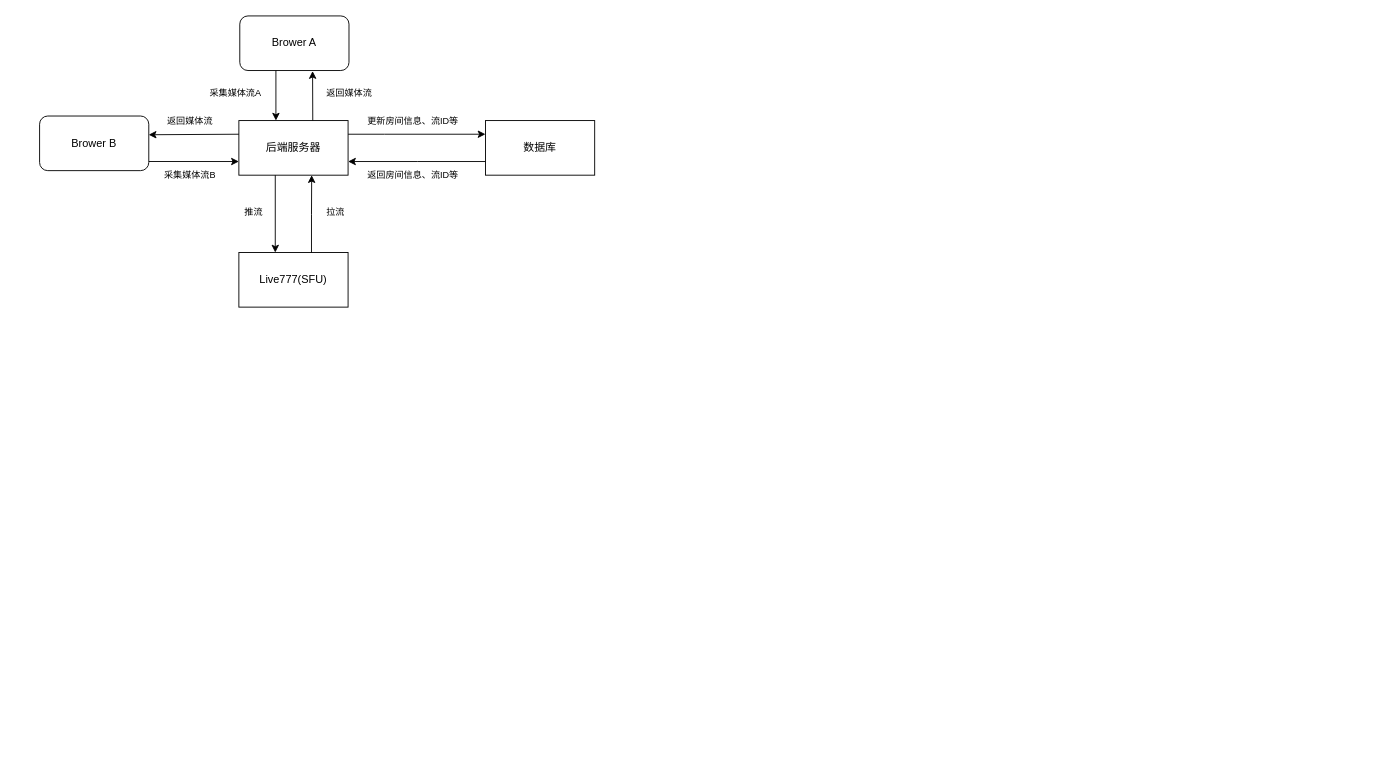
Before: webrtc.drawio in xdzqyyds/draw.io, a draw.io diagram. Source tidied: cells renumbered, new cells numbered last; positions are measured from the earlier drawing's top-left corner, leaving out a move shared by most shapes. Both pictures are drawn from the tidied source at 91%, with x=0, y=0 at pixel (39, 15).
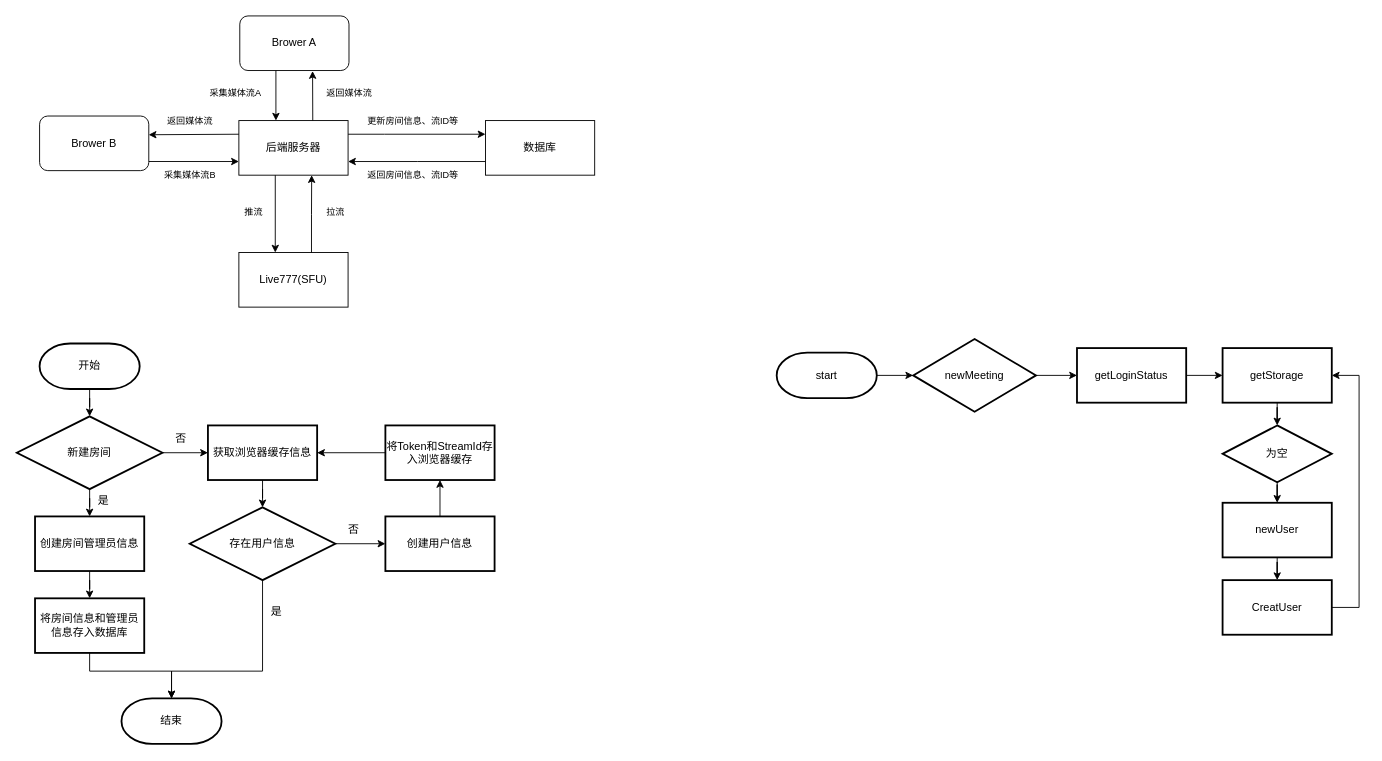
After the change.

Diff of the diagram source:
```diff
@@
+    <mxCell id="23" style="edgeStyle=orthogonalEdgeStyle;rounded=0;jettySize=auto;html=1;" parent="1" edge="1" source="24" target="27">
+      <mxGeometry relative="1" as="geometry" />
+    </mxCell>
+    <mxCell id="24" value="开始" style="strokeWidth=2;html=1;shape=mxgraph.flowchart.terminator;whiteSpace=wrap;" parent="1" vertex="1">
+      <mxGeometry y="360" width="110" height="50" as="geometry" />
+    </mxCell>
+    <mxCell id="25" style="edgeStyle=orthogonalEdgeStyle;rounded=0;jettySize=auto;html=1;" parent="1" edge="1" source="27" target="29">
+      <mxGeometry relative="1" as="geometry" />
+    </mxCell>
+    <mxCell id="26" style="edgeStyle=orthogonalEdgeStyle;rounded=0;jettySize=auto;html=1;" parent="1" edge="1" source="27" target="32">
+      <mxGeometry relative="1" as="geometry" />
+    </mxCell>
+    <mxCell id="27" value="新建房间" style="strokeWidth=2;html=1;shape=mxgraph.flowchart.decision;whiteSpace=wrap;" parent="1" vertex="1">
+      <mxGeometry x="-25" y="440" width="160" height="80" as="geometry" />
+    </mxCell>
+    <mxCell id="28" style="edgeStyle=orthogonalEdgeStyle;rounded=0;jettySize=auto;html=1;" parent="1" edge="1" source="29" target="43">
+      <mxGeometry relative="1" as="geometry" />
+    </mxCell>
+    <mxCell id="29" value="创建房间管理员信息" style="whiteSpace=wrap;html=1;strokeWidth=2;" parent="1" vertex="1">
+      <mxGeometry x="-5" y="550" width="120" height="60" as="geometry" />
+    </mxCell>
+    <mxCell id="30" value="是" style="text;html=1;align=center;verticalAlign=middle;strokeColor=none;fillColor=none;" parent="1" vertex="1">
+      <mxGeometry x="50" y="518" width="40" height="30" as="geometry" />
+    </mxCell>
+    <mxCell id="31" style="edgeStyle=orthogonalEdgeStyle;rounded=0;jettySize=auto;html=1;" parent="1" edge="1" source="32" target="36">
+      <mxGeometry relative="1" as="geometry" />
+    </mxCell>
+    <mxCell id="32" value="获取浏览器缓存信息" style="whiteSpace=wrap;html=1;strokeWidth=2;" parent="1" vertex="1">
+      <mxGeometry x="185" y="450" width="120" height="60" as="geometry" />
+    </mxCell>
+    <mxCell id="33" value="否" style="text;html=1;align=center;verticalAlign=middle;strokeColor=none;fillColor=none;" parent="1" vertex="1">
+      <mxGeometry x="135" y="450" width="40" height="30" as="geometry" />
+    </mxCell>
+    <mxCell id="34" style="edgeStyle=orthogonalEdgeStyle;rounded=0;jettySize=auto;html=1;" parent="1" edge="1" source="36" target="39">
+      <mxGeometry relative="1" as="geometry" />
+    </mxCell>
+    <mxCell id="35" style="edgeStyle=orthogonalEdgeStyle;rounded=0;jettySize=auto;html=1;" parent="1" edge="1" source="36" target="44">
+      <mxGeometry relative="1" as="geometry">
+        <Array as="points">
+          <mxPoint x="245" y="720" />
+          <mxPoint x="145" y="720" />
+        </Array>
+      </mxGeometry>
+    </mxCell>
+    <mxCell id="36" value="存在用户信息" style="strokeWidth=2;html=1;shape=mxgraph.flowchart.decision;whiteSpace=wrap;" parent="1" vertex="1">
+      <mxGeometry x="165" y="540" width="160" height="80" as="geometry" />
+    </mxCell>
+    <mxCell id="37" value="是" style="text;html=1;align=center;verticalAlign=middle;strokeColor=none;fillColor=none;" parent="1" vertex="1">
+      <mxGeometry x="240" y="640" width="40" height="30" as="geometry" />
+    </mxCell>
+    <mxCell id="38" style="edgeStyle=orthogonalEdgeStyle;rounded=0;jettySize=auto;html=1;" parent="1" edge="1" source="39" target="42">
+      <mxGeometry relative="1" as="geometry" />
+    </mxCell>
+    <mxCell id="39" value="创建用户信息" style="whiteSpace=wrap;html=1;strokeWidth=2;" parent="1" vertex="1">
+      <mxGeometry x="380" y="550" width="120" height="60" as="geometry" />
+    </mxCell>
+    <mxCell id="40" value="否" style="text;html=1;align=center;verticalAlign=middle;strokeColor=none;fillColor=none;" parent="1" vertex="1">
+      <mxGeometry x="325" y="550" width="40" height="30" as="geometry" />
+    </mxCell>
+    <mxCell id="41" style="edgeStyle=orthogonalEdgeStyle;rounded=0;jettySize=auto;html=1;entryX=1;entryY=0.5;entryDx=0;entryDy=0;" parent="1" edge="1" source="42" target="32">
+      <mxGeometry relative="1" as="geometry" />
+    </mxCell>
+    <mxCell id="42" value="将Token和StreamId存入浏览器缓存" style="whiteSpace=wrap;html=1;strokeWidth=2;" parent="1" vertex="1">
+      <mxGeometry x="380" y="450" width="120" height="60" as="geometry" />
+    </mxCell>
+    <mxCell id="43" value="将房间信息和管理员信息存入数据库" style="whiteSpace=wrap;html=1;strokeWidth=2;" parent="1" vertex="1">
+      <mxGeometry x="-5" y="640" width="120" height="60" as="geometry" />
+    </mxCell>
+    <mxCell id="44" value="结束" style="strokeWidth=2;html=1;shape=mxgraph.flowchart.terminator;whiteSpace=wrap;" parent="1" vertex="1">
+      <mxGeometry x="90" y="750" width="110" height="50" as="geometry" />
+    </mxCell>
+    <mxCell id="45" style="edgeStyle=orthogonalEdgeStyle;rounded=0;jettySize=auto;html=1;entryX=0.5;entryY=0;entryDx=0;entryDy=0;entryPerimeter=0;" parent="1" edge="1" source="43" target="44">
+      <mxGeometry relative="1" as="geometry">
+        <Array as="points">
+          <mxPoint x="55" y="720" />
+          <mxPoint x="145" y="720" />
+        </Array>
+      </mxGeometry>
+    </mxCell>
+    <mxCell id="46" style="edgeStyle=orthogonalEdgeStyle;rounded=0;jettySize=auto;html=1;" parent="1" edge="1" source="47" target="49">
+      <mxGeometry relative="1" as="geometry" />
+    </mxCell>
+    <mxCell id="47" value="start" style="strokeWidth=2;html=1;shape=mxgraph.flowchart.terminator;whiteSpace=wrap;" parent="1" vertex="1">
+      <mxGeometry x="810" y="370" width="110" height="50" as="geometry" />
+    </mxCell>
+    <mxCell id="48" style="edgeStyle=orthogonalEdgeStyle;rounded=0;jettySize=auto;html=1;" parent="1" edge="1" source="49" target="51">
+      <mxGeometry relative="1" as="geometry" />
+    </mxCell>
+    <mxCell id="49" value="newMeeting" style="rhombus;whiteSpace=wrap;html=1;strokeWidth=2;" parent="1" vertex="1">
+      <mxGeometry x="960" y="355" width="135" height="80" as="geometry" />
+    </mxCell>
+    <mxCell id="50" style="edgeStyle=orthogonalEdgeStyle;rounded=0;jettySize=auto;html=1;" parent="1" edge="1" source="51" target="53">
+      <mxGeometry relative="1" as="geometry" />
+    </mxCell>
+    <mxCell id="51" value="getLoginStatus" style="whiteSpace=wrap;html=1;strokeWidth=2;" parent="1" vertex="1">
+      <mxGeometry x="1140" y="365" width="120" height="60" as="geometry" />
+    </mxCell>
+    <mxCell id="52" style="edgeStyle=orthogonalEdgeStyle;rounded=0;jettySize=auto;html=1;" parent="1" edge="1" source="53" target="55">
+      <mxGeometry relative="1" as="geometry" />
+    </mxCell>
+    <mxCell id="53" value="getStorage" style="whiteSpace=wrap;html=1;strokeWidth=2;" parent="1" vertex="1">
+      <mxGeometry x="1300" y="365" width="120" height="60" as="geometry" />
+    </mxCell>
+    <mxCell id="54" style="edgeStyle=orthogonalEdgeStyle;rounded=0;jettySize=auto;html=1;" parent="1" edge="1" source="55" target="57">
+      <mxGeometry relative="1" as="geometry" />
+    </mxCell>
+    <mxCell id="55" value="为空" style="rhombus;whiteSpace=wrap;html=1;strokeWidth=2;" parent="1" vertex="1">
+      <mxGeometry x="1300" y="450" width="120" height="62.5" as="geometry" />
+    </mxCell>
+    <mxCell id="56" style="edgeStyle=orthogonalEdgeStyle;rounded=0;jettySize=auto;html=1;" parent="1" edge="1" source="57" target="59">
+      <mxGeometry relative="1" as="geometry" />
+    </mxCell>
+    <mxCell id="57" value="newUser" style="whiteSpace=wrap;html=1;strokeWidth=2;" parent="1" vertex="1">
+      <mxGeometry x="1300" y="535" width="120" height="60" as="geometry" />
+    </mxCell>
+    <mxCell id="58" style="edgeStyle=orthogonalEdgeStyle;rounded=0;jettySize=auto;html=1;entryX=1;entryY=0.5;entryDx=0;entryDy=0;" parent="1" edge="1" source="59" target="53">
+      <mxGeometry relative="1" as="geometry">
+        <Array as="points">
+          <mxPoint x="1450" y="650" />
+          <mxPoint x="1450" y="395" />
+        </Array>
+      </mxGeometry>
+    </mxCell>
+    <mxCell id="59" value="CreatUser" style="whiteSpace=wrap;html=1;strokeWidth=2;" parent="1" vertex="1">
+      <mxGeometry x="1300" y="620" width="120" height="60" as="geometry" />
+    </mxCell>
```
